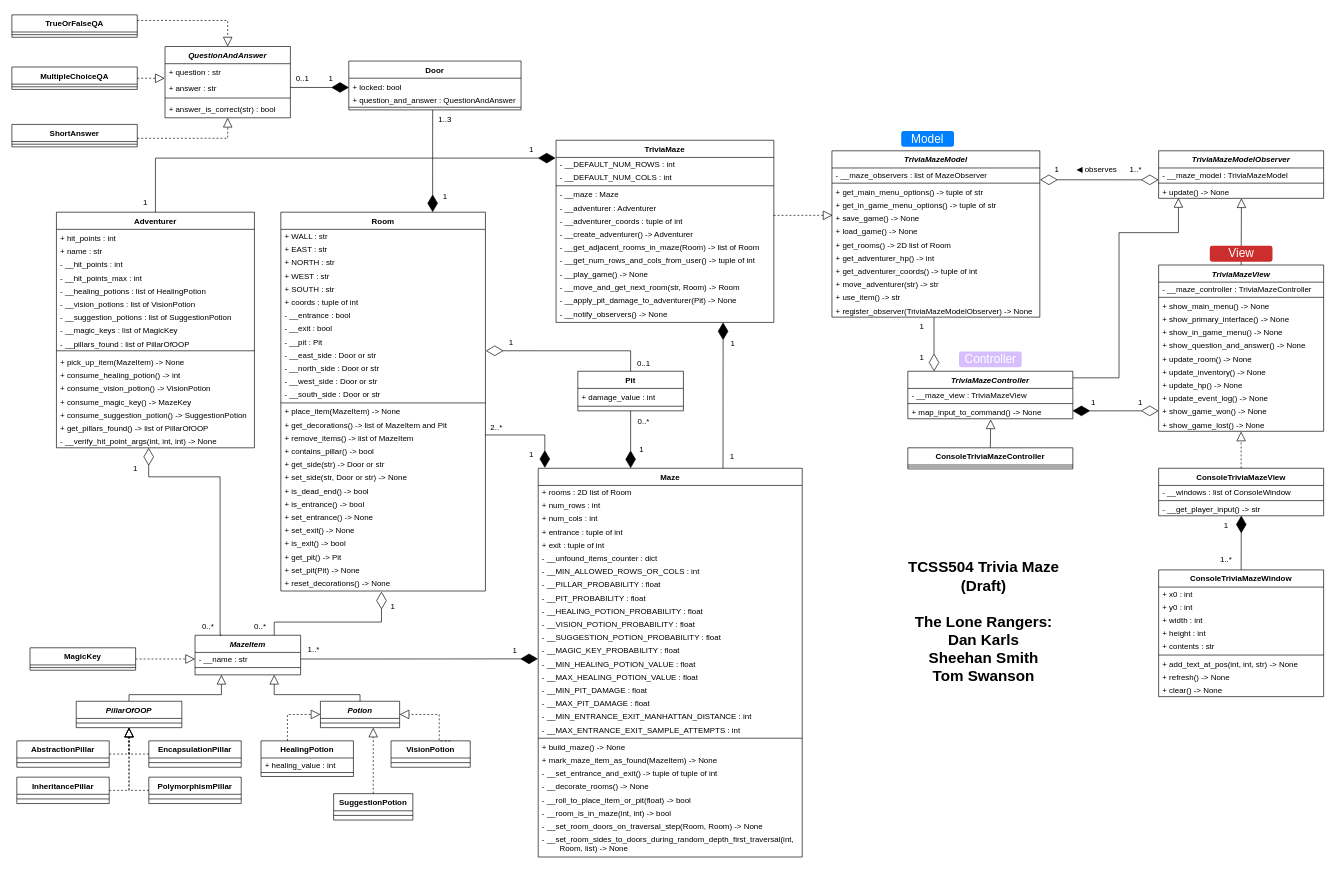
dskarls/TCSS504-Trivia-Maze keeps this draw.io diagram as doc/UML.drawio. Above is the earlier version. Source tidied: cells renumbered, new cells numbered last; positions are measured from the earlier drawing's top-left corner, leaving out a move shared by most shapes. Both pictures are drawn from the tidied source at 66%, with x=0, y=0 at pixel (11, 15).
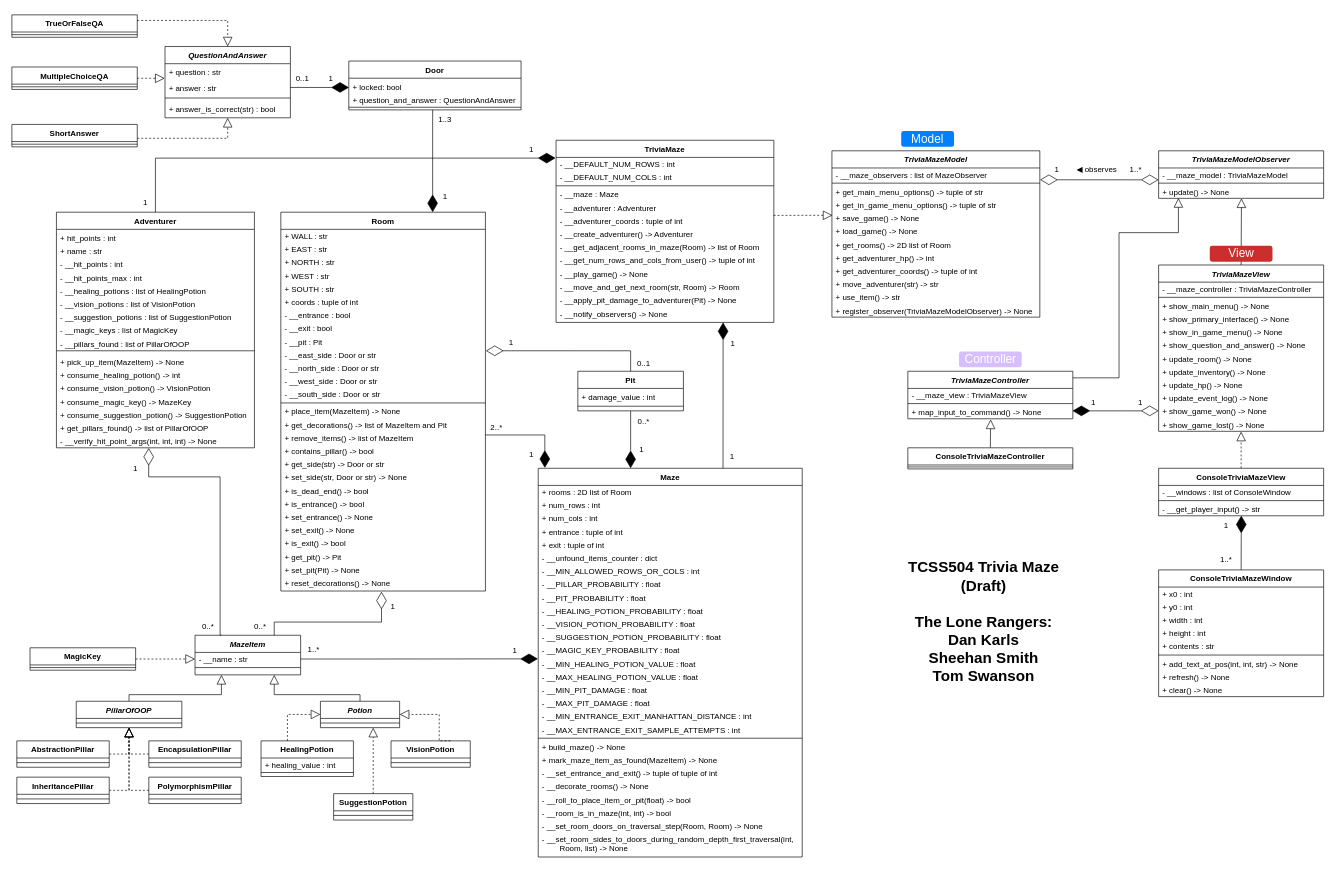
Above is the later version.

Commit message:
DOC: Remove redundant relation

TriviaMazeController already has a TriviaMazeModel by virtue of
implementing TriviaMazeModelObserver

The change refers to these unchanged cells:
```xml
<mxCell id="188" value="+ register_observer(TriviaMazeModelObserver) -&gt; None" style="text;strokeColor=none;fillColor=none;align=left;verticalAlign=middle;spacingLeft=4;spacingRight=4;overflow=hidden;points=[[0,0.5],[1,0.5]];portConstraint=eastwest;" parent="176" vertex="1">
  <mxGeometry y="232" width="315" height="20" as="geometry" />
</mxCell>
<mxCell id="210" value="TriviaMazeController" style="swimlane;fontStyle=3;align=center;verticalAlign=top;horizontal=1;startSize=26;fontFamily=Helvetica;fontSize=12;" parent="1" vertex="1">
  <mxGeometry x="1358" y="540" width="250" height="72" as="geometry" />
</mxCell>
```

What changed in the source:
```diff
@@
-    <mxCell id="232" style="endArrow=diamondThin;endFill=0;endSize=24;html=1;rounded=0;fontFamily=Courier New;fontSize=12;targetPerimeterSpacing=0;exitX=0.491;exitY=1.012;exitDx=0;exitDy=0;exitPerimeter=0;entryX=0.159;entryY=0.002;entryDx=0;entryDy=0;entryPerimeter=0;" parent="1" edge="1" source="188" target="210">
-      <mxGeometry relative="1" as="geometry" />
-    </mxCell>
-    <mxCell id="233" value="1" style="text;html=1;strokeColor=none;fillColor=none;align=center;verticalAlign=middle;whiteSpace=wrap;rounded=0;fontStyle=0;" parent="1" vertex="1">
-      <mxGeometry x="1358" y="458" width="42.5" height="30" as="geometry" />
-    </mxCell>
-    <mxCell id="234" value="1" style="text;html=1;strokeColor=none;fillColor=none;align=center;verticalAlign=middle;whiteSpace=wrap;rounded=0;fontStyle=0;" parent="1" vertex="1">
-      <mxGeometry x="1358" y="504" width="42.5" height="30" as="geometry" />
-    </mxCell>
```
